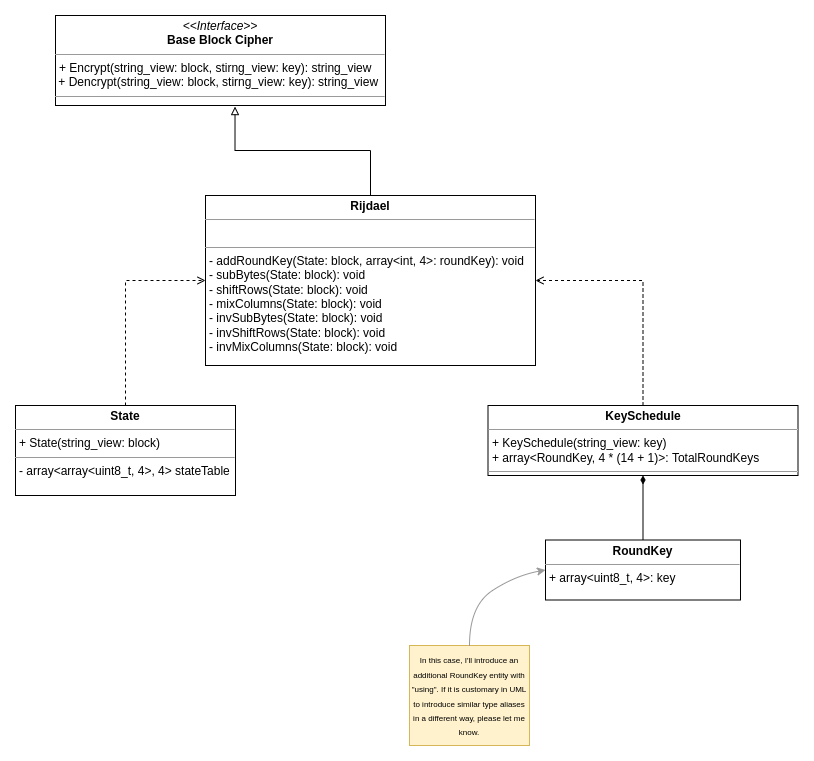
The draw.io diagram arch/AES_UML.png in dunaitseva/AES, before a commit. Source tidied: cells renumbered, new cells last; positions are measured from the earlier drawing's top-left corner, leaving out a move shared by most shapes. The source it was exported from:
```xml
<mxGraphModel>
  <root>
    <mxCell id="0" />
    <mxCell id="1" parent="0" />
    <mxCell id="2" value="&lt;p style=&quot;margin: 0px ; margin-top: 4px ; text-align: center&quot;&gt;&lt;i&gt;&amp;lt;&amp;lt;Interface&amp;gt;&amp;gt;&lt;/i&gt;&lt;br&gt;&lt;b&gt;Base Block Cipher&lt;/b&gt;&lt;/p&gt;&lt;hr size=&quot;1&quot;&gt;&lt;p style=&quot;margin: 0px ; margin-left: 4px&quot;&gt;+ Encrypt(string_view: block, stirng_view: key): string_view&lt;br&gt;&lt;/p&gt;&amp;nbsp;+ Dencrypt(string_view: block, stirng_view: key): string_view&lt;hr size=&quot;1&quot;&gt;&lt;p style=&quot;margin: 0px ; margin-left: 4px&quot;&gt;&lt;br&gt;&lt;/p&gt;" style="verticalAlign=top;align=left;overflow=fill;fontSize=12;fontFamily=Helvetica;html=1;" parent="1" vertex="1">
      <mxGeometry x="40" width="330" height="90" as="geometry" />
    </mxCell>
    <mxCell id="3" style="edgeStyle=orthogonalEdgeStyle;rounded=0;jettySize=auto;html=1;exitX=0.5;exitY=0;exitDx=0;exitDy=0;entryX=0.544;entryY=1.012;entryDx=0;entryDy=0;entryPerimeter=0;endArrow=block;endFill=0;" parent="1" edge="1" source="4" target="2">
      <mxGeometry relative="1" as="geometry" />
    </mxCell>
    <mxCell id="4" value="&lt;p style=&quot;margin: 0px ; margin-top: 4px ; text-align: center&quot;&gt;&lt;b&gt;Rijdael&lt;/b&gt;&lt;/p&gt;&lt;hr size=&quot;1&quot;&gt;&lt;p style=&quot;margin: 0px ; margin-left: 4px&quot;&gt;&lt;br&gt;&lt;/p&gt;&lt;hr size=&quot;1&quot;&gt;&lt;p style=&quot;margin: 0px ; margin-left: 4px&quot;&gt;- addRoundKey(State: block, array&amp;lt;int, 4&amp;gt;: roundKey): void&lt;/p&gt;&lt;p style=&quot;margin: 0px ; margin-left: 4px&quot;&gt;- subBytes(State: block): void&lt;/p&gt;&lt;p style=&quot;margin: 0px ; margin-left: 4px&quot;&gt;- shiftRows(State: block): void&lt;/p&gt;&lt;p style=&quot;margin: 0px ; margin-left: 4px&quot;&gt;- mixColumns(State: block): void&lt;/p&gt;&lt;p style=&quot;margin: 0px 0px 0px 4px&quot;&gt;- invSubBytes(State: block): void&lt;/p&gt;&lt;p style=&quot;margin: 0px 0px 0px 4px&quot;&gt;- invShiftRows(State: block): void&lt;/p&gt;&lt;p style=&quot;margin: 0px 0px 0px 4px&quot;&gt;- invMixColumns(State: block): void&lt;/p&gt;" style="verticalAlign=top;align=left;overflow=fill;fontSize=12;fontFamily=Helvetica;html=1;" parent="1" vertex="1">
      <mxGeometry x="190" y="180" width="330" height="170" as="geometry" />
    </mxCell>
    <mxCell id="5" style="edgeStyle=orthogonalEdgeStyle;rounded=0;jettySize=auto;html=1;entryX=0;entryY=0.5;entryDx=0;entryDy=0;endArrow=open;endFill=0;dashed=1;" parent="1" edge="1" source="6" target="4">
      <mxGeometry relative="1" as="geometry" />
    </mxCell>
    <mxCell id="6" value="&lt;p style=&quot;margin: 0px ; margin-top: 4px ; text-align: center&quot;&gt;&lt;b&gt;State&lt;/b&gt;&lt;/p&gt;&lt;hr size=&quot;1&quot;&gt;&lt;p style=&quot;margin: 0px ; margin-left: 4px&quot;&gt;+ State(string_view: block)&lt;/p&gt;&lt;hr size=&quot;1&quot;&gt;&lt;p style=&quot;margin: 0px ; margin-left: 4px&quot;&gt;- array&amp;lt;array&amp;lt;uint8_t, 4&amp;gt;, 4&amp;gt; stateTable&lt;/p&gt;" style="verticalAlign=top;align=left;overflow=fill;fontSize=12;fontFamily=Helvetica;html=1;" parent="1" vertex="1">
      <mxGeometry y="390" width="220" height="90" as="geometry" />
    </mxCell>
    <mxCell id="7" style="edgeStyle=orthogonalEdgeStyle;rounded=0;jettySize=auto;html=1;exitX=0.5;exitY=0;exitDx=0;exitDy=0;entryX=1;entryY=0.5;entryDx=0;entryDy=0;dashed=1;endArrow=open;endFill=0;" parent="1" edge="1" source="8" target="4">
      <mxGeometry relative="1" as="geometry" />
    </mxCell>
    <mxCell id="8" value="&lt;p style=&quot;margin: 0px ; margin-top: 4px ; text-align: center&quot;&gt;&lt;b&gt;KeySchedule&lt;/b&gt;&lt;/p&gt;&lt;hr size=&quot;1&quot;&gt;&lt;p style=&quot;margin: 0px ; margin-left: 4px&quot;&gt;&lt;span&gt;+ KeySchedule(string_view: key)&lt;/span&gt;&lt;br&gt;&lt;/p&gt;&lt;p style=&quot;margin: 0px ; margin-left: 4px&quot;&gt;+ array&amp;lt;RoundKey, 4 * (14 + 1)&amp;gt;: TotalRoundKeys&lt;span&gt;&lt;br&gt;&lt;/span&gt;&lt;/p&gt;&lt;hr size=&quot;1&quot;&gt;&lt;p style=&quot;margin: 0px ; margin-left: 4px&quot;&gt;&lt;br&gt;&lt;/p&gt;" style="verticalAlign=top;align=left;overflow=fill;fontSize=12;fontFamily=Helvetica;html=1;" parent="1" vertex="1">
      <mxGeometry x="472.5" y="390" width="310" height="70" as="geometry" />
    </mxCell>
    <mxCell id="9" style="edgeStyle=orthogonalEdgeStyle;rounded=0;jettySize=auto;html=1;exitX=0.5;exitY=0;exitDx=0;exitDy=0;endArrow=diamondThin;endFill=1;" parent="1" edge="1" source="10" target="8">
      <mxGeometry relative="1" as="geometry" />
    </mxCell>
    <mxCell id="10" value="&lt;p style=&quot;margin: 0px ; margin-top: 4px ; text-align: center&quot;&gt;&lt;b&gt;RoundKey&lt;/b&gt;&lt;/p&gt;&lt;hr size=&quot;1&quot;&gt;&lt;p style=&quot;margin: 0px ; margin-left: 4px&quot;&gt;+&amp;nbsp;&lt;span&gt;array&amp;lt;uint8_t, 4&amp;gt;: key&lt;/span&gt;&lt;/p&gt;" style="verticalAlign=top;align=left;overflow=fill;fontSize=12;fontFamily=Helvetica;html=1;" parent="1" vertex="1">
      <mxGeometry x="530" y="524.5" width="195" height="60" as="geometry" />
    </mxCell>
    <mxCell id="11" value="&lt;font style=&quot;font-size: 8px&quot;&gt;In this case, I'll introduce an additional RoundKey entity with &quot;using&quot;. If it is customary in UML to introduce similar type aliases in a different way, please let me know.&lt;/font&gt;" style="rounded=0;whiteSpace=wrap;html=1;fillColor=#fff2cc;strokeColor=#d6b656;" parent="1" vertex="1">
      <mxGeometry x="394" y="630" width="120" height="100" as="geometry" />
    </mxCell>
    <mxCell id="12" style="curved=1;endArrow=classic;html=1;rounded=0;fontSize=8;exitX=0.5;exitY=0;exitDx=0;exitDy=0;fillColor=#f5f5f5;strokeColor=#999999;entryX=0;entryY=0.5;entryDx=0;entryDy=0;" parent="1" edge="1" source="11" target="10">
      <mxGeometry relative="1" as="geometry">
        <Array as="points">
          <mxPoint x="454" y="590" />
          <mxPoint x="500" y="560" />
        </Array>
      </mxGeometry>
    </mxCell>
  </root>
</mxGraphModel>
```
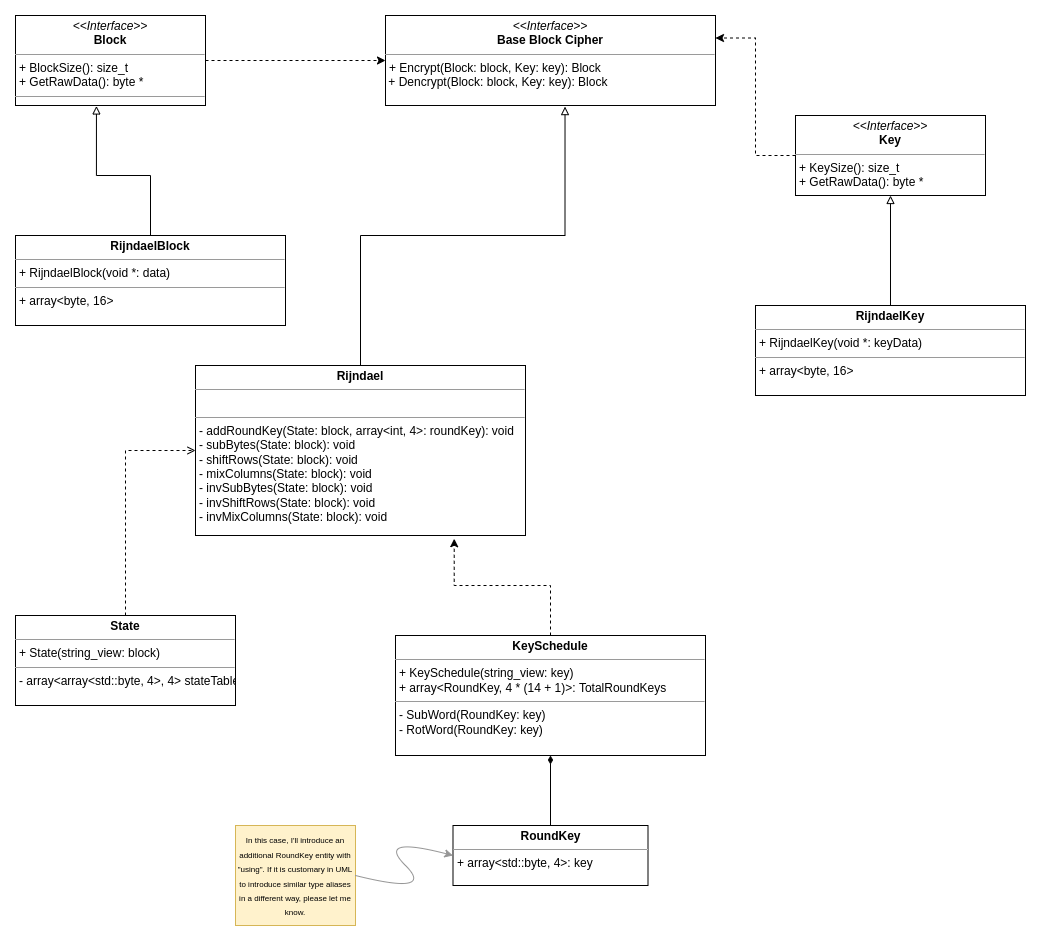
After the change.

Commit message:
Changed gitignore and updated architecture UML

Change to the diagram source:
```diff
@@ -2,43 +2,72 @@
   <root>
     <mxCell id="0" />
     <mxCell id="1" parent="0" />
-    <mxCell id="2" value="&lt;p style=&quot;margin: 0px ; margin-top: 4px ; text-align: center&quot;&gt;&lt;i&gt;&amp;lt;&amp;lt;Interface&amp;gt;&amp;gt;&lt;/i&gt;&lt;br&gt;&lt;b&gt;Base Block Cipher&lt;/b&gt;&lt;/p&gt;&lt;hr size=&quot;1&quot;&gt;&lt;p style=&quot;margin: 0px ; margin-left: 4px&quot;&gt;+ Encrypt(string_view: block, stirng_view: key): string_view&lt;br&gt;&lt;/p&gt;&amp;nbsp;+ Dencrypt(string_view: block, stirng_view: key): string_view&lt;hr size=&quot;1&quot;&gt;&lt;p style=&quot;margin: 0px ; margin-left: 4px&quot;&gt;&lt;br&gt;&lt;/p&gt;" style="verticalAlign=top;align=left;overflow=fill;fontSize=12;fontFamily=Helvetica;html=1;" parent="1" vertex="1">
-      <mxGeometry x="40" width="330" height="90" as="geometry" />
+    <mxCell id="2" value="&lt;p style=&quot;margin: 0px ; margin-top: 4px ; text-align: center&quot;&gt;&lt;i&gt;&amp;lt;&amp;lt;Interface&amp;gt;&amp;gt;&lt;/i&gt;&lt;br&gt;&lt;b&gt;Base Block Cipher&lt;/b&gt;&lt;/p&gt;&lt;hr size=&quot;1&quot;&gt;&lt;p style=&quot;margin: 0px ; margin-left: 4px&quot;&gt;+ Encrypt(Block: block, Key: key): Block&lt;br&gt;&lt;/p&gt;&amp;nbsp;+ Dencrypt(Block: block, Key: key): Block&lt;p style=&quot;margin: 0px ; margin-left: 4px&quot;&gt;&lt;br&gt;&lt;/p&gt;" style="verticalAlign=top;align=left;overflow=fill;fontSize=12;fontFamily=Helvetica;html=1;" parent="1" vertex="1">
+      <mxGeometry x="390" y="10" width="330" height="90" as="geometry" />
     </mxCell>
     <mxCell id="3" style="edgeStyle=orthogonalEdgeStyle;rounded=0;jettySize=auto;html=1;exitX=0.5;exitY=0;exitDx=0;exitDy=0;entryX=0.544;entryY=1.012;entryDx=0;entryDy=0;entryPerimeter=0;endArrow=block;endFill=0;" parent="1" edge="1" source="4" target="2">
       <mxGeometry relative="1" as="geometry" />
     </mxCell>
-    <mxCell id="4" value="&lt;p style=&quot;margin: 0px ; margin-top: 4px ; text-align: center&quot;&gt;&lt;b&gt;Rijdael&lt;/b&gt;&lt;/p&gt;&lt;hr size=&quot;1&quot;&gt;&lt;p style=&quot;margin: 0px ; margin-left: 4px&quot;&gt;&lt;br&gt;&lt;/p&gt;&lt;hr size=&quot;1&quot;&gt;&lt;p style=&quot;margin: 0px ; margin-left: 4px&quot;&gt;- addRoundKey(State: block, array&amp;lt;int, 4&amp;gt;: roundKey): void&lt;/p&gt;&lt;p style=&quot;margin: 0px ; margin-left: 4px&quot;&gt;- subBytes(State: block): void&lt;/p&gt;&lt;p style=&quot;margin: 0px ; margin-left: 4px&quot;&gt;- shiftRows(State: block): void&lt;/p&gt;&lt;p style=&quot;margin: 0px ; margin-left: 4px&quot;&gt;- mixColumns(State: block): void&lt;/p&gt;&lt;p style=&quot;margin: 0px 0px 0px 4px&quot;&gt;- invSubBytes(State: block): void&lt;/p&gt;&lt;p style=&quot;margin: 0px 0px 0px 4px&quot;&gt;- invShiftRows(State: block): void&lt;/p&gt;&lt;p style=&quot;margin: 0px 0px 0px 4px&quot;&gt;- invMixColumns(State: block): void&lt;/p&gt;" style="verticalAlign=top;align=left;overflow=fill;fontSize=12;fontFamily=Helvetica;html=1;" parent="1" vertex="1">
-      <mxGeometry x="190" y="180" width="330" height="170" as="geometry" />
+    <mxCell id="4" value="&lt;p style=&quot;margin: 0px ; margin-top: 4px ; text-align: center&quot;&gt;&lt;b&gt;Rijndael&lt;/b&gt;&lt;/p&gt;&lt;hr size=&quot;1&quot;&gt;&lt;p style=&quot;margin: 0px ; margin-left: 4px&quot;&gt;&lt;br&gt;&lt;/p&gt;&lt;hr size=&quot;1&quot;&gt;&lt;p style=&quot;margin: 0px ; margin-left: 4px&quot;&gt;- addRoundKey(State: block, array&amp;lt;int, 4&amp;gt;: roundKey): void&lt;/p&gt;&lt;p style=&quot;margin: 0px ; margin-left: 4px&quot;&gt;- subBytes(State: block): void&lt;/p&gt;&lt;p style=&quot;margin: 0px ; margin-left: 4px&quot;&gt;- shiftRows(State: block): void&lt;/p&gt;&lt;p style=&quot;margin: 0px ; margin-left: 4px&quot;&gt;- mixColumns(State: block): void&lt;/p&gt;&lt;p style=&quot;margin: 0px 0px 0px 4px&quot;&gt;- invSubBytes(State: block): void&lt;/p&gt;&lt;p style=&quot;margin: 0px 0px 0px 4px&quot;&gt;- invShiftRows(State: block): void&lt;/p&gt;&lt;p style=&quot;margin: 0px 0px 0px 4px&quot;&gt;- invMixColumns(State: block): void&lt;/p&gt;" style="verticalAlign=top;align=left;overflow=fill;fontSize=12;fontFamily=Helvetica;html=1;" parent="1" vertex="1">
+      <mxGeometry x="200" y="360" width="330" height="170" as="geometry" />
     </mxCell>
     <mxCell id="5" style="edgeStyle=orthogonalEdgeStyle;rounded=0;jettySize=auto;html=1;entryX=0;entryY=0.5;entryDx=0;entryDy=0;endArrow=open;endFill=0;dashed=1;" parent="1" edge="1" source="6" target="4">
       <mxGeometry relative="1" as="geometry" />
     </mxCell>
-    <mxCell id="6" value="&lt;p style=&quot;margin: 0px ; margin-top: 4px ; text-align: center&quot;&gt;&lt;b&gt;State&lt;/b&gt;&lt;/p&gt;&lt;hr size=&quot;1&quot;&gt;&lt;p style=&quot;margin: 0px ; margin-left: 4px&quot;&gt;+ State(string_view: block)&lt;/p&gt;&lt;hr size=&quot;1&quot;&gt;&lt;p style=&quot;margin: 0px ; margin-left: 4px&quot;&gt;- array&amp;lt;array&amp;lt;uint8_t, 4&amp;gt;, 4&amp;gt; stateTable&lt;/p&gt;" style="verticalAlign=top;align=left;overflow=fill;fontSize=12;fontFamily=Helvetica;html=1;" parent="1" vertex="1">
-      <mxGeometry y="390" width="220" height="90" as="geometry" />
+    <mxCell id="6" value="&lt;p style=&quot;margin: 0px ; margin-top: 4px ; text-align: center&quot;&gt;&lt;b&gt;State&lt;/b&gt;&lt;/p&gt;&lt;hr size=&quot;1&quot;&gt;&lt;p style=&quot;margin: 0px ; margin-left: 4px&quot;&gt;+ State(string_view: block)&lt;/p&gt;&lt;hr size=&quot;1&quot;&gt;&lt;p style=&quot;margin: 0px ; margin-left: 4px&quot;&gt;- array&amp;lt;array&amp;lt;std::byte, 4&amp;gt;, 4&amp;gt; stateTable&lt;/p&gt;" style="verticalAlign=top;align=left;overflow=fill;fontSize=12;fontFamily=Helvetica;html=1;" parent="1" vertex="1">
+      <mxGeometry x="20" y="610" width="220" height="90" as="geometry" />
     </mxCell>
-    <mxCell id="7" style="edgeStyle=orthogonalEdgeStyle;rounded=0;jettySize=auto;html=1;exitX=0.5;exitY=0;exitDx=0;exitDy=0;entryX=1;entryY=0.5;entryDx=0;entryDy=0;dashed=1;endArrow=open;endFill=0;" parent="1" edge="1" source="8" target="4">
+    <mxCell id="7" style="edgeStyle=orthogonalEdgeStyle;rounded=0;jettySize=auto;html=1;entryX=0.784;entryY=1.019;entryDx=0;entryDy=0;entryPerimeter=0;endArrow=classic;endFill=1;strokeColor=#000000;dashed=1;" parent="1" edge="1" source="8" target="4">
       <mxGeometry relative="1" as="geometry" />
     </mxCell>
-    <mxCell id="8" value="&lt;p style=&quot;margin: 0px ; margin-top: 4px ; text-align: center&quot;&gt;&lt;b&gt;KeySchedule&lt;/b&gt;&lt;/p&gt;&lt;hr size=&quot;1&quot;&gt;&lt;p style=&quot;margin: 0px ; margin-left: 4px&quot;&gt;&lt;span&gt;+ KeySchedule(string_view: key)&lt;/span&gt;&lt;br&gt;&lt;/p&gt;&lt;p style=&quot;margin: 0px ; margin-left: 4px&quot;&gt;+ array&amp;lt;RoundKey, 4 * (14 + 1)&amp;gt;: TotalRoundKeys&lt;span&gt;&lt;br&gt;&lt;/span&gt;&lt;/p&gt;&lt;hr size=&quot;1&quot;&gt;&lt;p style=&quot;margin: 0px ; margin-left: 4px&quot;&gt;&lt;br&gt;&lt;/p&gt;" style="verticalAlign=top;align=left;overflow=fill;fontSize=12;fontFamily=Helvetica;html=1;" parent="1" vertex="1">
-      <mxGeometry x="472.5" y="390" width="310" height="70" as="geometry" />
+    <mxCell id="8" value="&lt;p style=&quot;margin: 0px ; margin-top: 4px ; text-align: center&quot;&gt;&lt;b&gt;KeySchedule&lt;/b&gt;&lt;/p&gt;&lt;hr size=&quot;1&quot;&gt;&lt;p style=&quot;margin: 0px ; margin-left: 4px&quot;&gt;&lt;span&gt;+ KeySchedule(string_view: key)&lt;/span&gt;&lt;br&gt;&lt;/p&gt;&lt;p style=&quot;margin: 0px ; margin-left: 4px&quot;&gt;+ array&amp;lt;RoundKey, 4 * (14 + 1)&amp;gt;: TotalRoundKeys&lt;span&gt;&lt;br&gt;&lt;/span&gt;&lt;/p&gt;&lt;hr size=&quot;1&quot;&gt;&lt;p style=&quot;margin: 0px ; margin-left: 4px&quot;&gt;- SubWord(RoundKey: key)&lt;/p&gt;&lt;p style=&quot;margin: 0px ; margin-left: 4px&quot;&gt;- RotWord(RoundKey: key)&lt;/p&gt;" style="verticalAlign=top;align=left;overflow=fill;fontSize=12;fontFamily=Helvetica;html=1;" parent="1" vertex="1">
+      <mxGeometry x="400" y="630" width="310" height="120" as="geometry" />
     </mxCell>
     <mxCell id="9" style="edgeStyle=orthogonalEdgeStyle;rounded=0;jettySize=auto;html=1;exitX=0.5;exitY=0;exitDx=0;exitDy=0;endArrow=diamondThin;endFill=1;" parent="1" edge="1" source="10" target="8">
       <mxGeometry relative="1" as="geometry" />
     </mxCell>
-    <mxCell id="10" value="&lt;p style=&quot;margin: 0px ; margin-top: 4px ; text-align: center&quot;&gt;&lt;b&gt;RoundKey&lt;/b&gt;&lt;/p&gt;&lt;hr size=&quot;1&quot;&gt;&lt;p style=&quot;margin: 0px ; margin-left: 4px&quot;&gt;+&amp;nbsp;&lt;span&gt;array&amp;lt;uint8_t, 4&amp;gt;: key&lt;/span&gt;&lt;/p&gt;" style="verticalAlign=top;align=left;overflow=fill;fontSize=12;fontFamily=Helvetica;html=1;" parent="1" vertex="1">
-      <mxGeometry x="530" y="524.5" width="195" height="60" as="geometry" />
+    <mxCell id="10" value="&lt;p style=&quot;margin: 0px ; margin-top: 4px ; text-align: center&quot;&gt;&lt;b&gt;RoundKey&lt;/b&gt;&lt;/p&gt;&lt;hr size=&quot;1&quot;&gt;&lt;p style=&quot;margin: 0px ; margin-left: 4px&quot;&gt;+&amp;nbsp;&lt;span&gt;array&amp;lt;&lt;/span&gt;std::byte&lt;span&gt;, 4&amp;gt;: key&lt;/span&gt;&lt;/p&gt;" style="verticalAlign=top;align=left;overflow=fill;fontSize=12;fontFamily=Helvetica;html=1;" parent="1" vertex="1">
+      <mxGeometry x="457.5" y="820" width="195" height="60" as="geometry" />
     </mxCell>
     <mxCell id="11" value="&lt;font style=&quot;font-size: 8px&quot;&gt;In this case, I'll introduce an additional RoundKey entity with &quot;using&quot;. If it is customary in UML to introduce similar type aliases in a different way, please let me know.&lt;/font&gt;" style="rounded=0;whiteSpace=wrap;html=1;fillColor=#fff2cc;strokeColor=#d6b656;" parent="1" vertex="1">
-      <mxGeometry x="394" y="630" width="120" height="100" as="geometry" />
+      <mxGeometry x="240" y="820" width="120" height="100" as="geometry" />
     </mxCell>
+    <mxCell id="13" style="edgeStyle=orthogonalEdgeStyle;rounded=0;jettySize=auto;html=1;entryX=0;entryY=0.5;entryDx=0;entryDy=0;dashed=1;endArrow=classic;endFill=1;strokeColor=#000000;" parent="1" edge="1" source="14" target="2">
+      <mxGeometry relative="1" as="geometry" />
+    </mxCell>
+    <mxCell id="14" value="&lt;p style=&quot;margin: 0px ; margin-top: 4px ; text-align: center&quot;&gt;&lt;i&gt;&amp;lt;&amp;lt;Interface&amp;gt;&amp;gt;&lt;/i&gt;&lt;br&gt;&lt;b&gt;Block&lt;/b&gt;&lt;/p&gt;&lt;hr size=&quot;1&quot;&gt;&lt;p style=&quot;margin: 0px ; margin-left: 4px&quot;&gt;+ BlockSize(): size_t&lt;/p&gt;&lt;p style=&quot;margin: 0px ; margin-left: 4px&quot;&gt;+ GetRawData(): byte *&lt;/p&gt;&lt;hr size=&quot;1&quot;&gt;&lt;p style=&quot;margin: 0px ; margin-left: 4px&quot;&gt;&lt;br&gt;&lt;/p&gt;" style="verticalAlign=top;align=left;overflow=fill;fontSize=12;fontFamily=Helvetica;html=1;" parent="1" vertex="1">
+      <mxGeometry x="20" y="10" width="190" height="90" as="geometry" />
+    </mxCell>
-    <mxCell id="12" style="curved=1;endArrow=classic;html=1;rounded=0;fontSize=8;exitX=0.5;exitY=0;exitDx=0;exitDy=0;fillColor=#f5f5f5;strokeColor=#999999;entryX=0;entryY=0.5;entryDx=0;entryDy=0;" parent="1" edge="1" source="11" target="10">
+    <mxCell id="12" style="curved=1;endArrow=classic;html=1;rounded=0;entryX=0;entryY=0.5;entryDx=0;entryDy=0;exitX=1;exitY=0.5;exitDx=0;exitDy=0;strokeColor=#969696;" parent="1" edge="1" source="11" target="10">
       <mxGeometry relative="1" as="geometry">
         <Array as="points">
-          <mxPoint x="454" y="590" />
-          <mxPoint x="500" y="560" />
+          <mxPoint x="440" y="890" />
+          <mxPoint x="380" y="830" />
         </Array>
       </mxGeometry>
     </mxCell>
+    <mxCell id="15" style="edgeStyle=orthogonalEdgeStyle;rounded=0;jettySize=auto;html=1;entryX=0.426;entryY=1.005;entryDx=0;entryDy=0;entryPerimeter=0;strokeColor=#000000;endArrow=block;endFill=0;" parent="1" edge="1" source="16" target="14">
+      <mxGeometry relative="1" as="geometry">
+        <Array as="points">
+          <mxPoint x="155" y="170" />
+          <mxPoint x="101" y="170" />
+        </Array>
+      </mxGeometry>
+    </mxCell>
+    <mxCell id="16" value="&lt;p style=&quot;margin: 0px ; margin-top: 4px ; text-align: center&quot;&gt;&lt;b&gt;RijndaelBlock&lt;/b&gt;&lt;/p&gt;&lt;hr size=&quot;1&quot;&gt;&lt;p style=&quot;margin: 0px ; margin-left: 4px&quot;&gt;+ RijndaelBlock(void *: data)&lt;/p&gt;&lt;hr size=&quot;1&quot;&gt;&lt;p style=&quot;margin: 0px ; margin-left: 4px&quot;&gt;+ array&amp;lt;byte, 16&amp;gt;&lt;/p&gt;" style="verticalAlign=top;align=left;overflow=fill;fontSize=12;fontFamily=Helvetica;html=1;" parent="1" vertex="1">
+      <mxGeometry x="20" y="230" width="270" height="90" as="geometry" />
+    </mxCell>
+    <mxCell id="17" style="edgeStyle=orthogonalEdgeStyle;rounded=0;jettySize=auto;html=1;entryX=1;entryY=0.25;entryDx=0;entryDy=0;dashed=1;endArrow=classic;endFill=1;strokeColor=#000000;" parent="1" edge="1" source="18" target="2">
+      <mxGeometry relative="1" as="geometry" />
+    </mxCell>
+    <mxCell id="18" value="&lt;p style=&quot;margin: 0px ; margin-top: 4px ; text-align: center&quot;&gt;&lt;i&gt;&amp;lt;&amp;lt;Interface&amp;gt;&amp;gt;&lt;/i&gt;&lt;br&gt;&lt;b&gt;Key&lt;/b&gt;&lt;/p&gt;&lt;hr size=&quot;1&quot;&gt;&lt;p style=&quot;margin: 0px ; margin-left: 4px&quot;&gt;+ KeySize(): size_t&lt;br&gt;+ GetRawData(): byte *&lt;/p&gt;" style="verticalAlign=top;align=left;overflow=fill;fontSize=12;fontFamily=Helvetica;html=1;" parent="1" vertex="1">
+      <mxGeometry x="800" y="110" width="190" height="80" as="geometry" />
+    </mxCell>
+    <mxCell id="19" style="edgeStyle=orthogonalEdgeStyle;rounded=0;jettySize=auto;html=1;entryX=0.5;entryY=1;entryDx=0;entryDy=0;endArrow=block;endFill=0;strokeColor=#000000;" parent="1" edge="1" source="20" target="18">
+      <mxGeometry relative="1" as="geometry" />
+    </mxCell>
+    <mxCell id="20" value="&lt;p style=&quot;margin: 0px ; margin-top: 4px ; text-align: center&quot;&gt;&lt;b&gt;RijndaelKey&lt;/b&gt;&lt;/p&gt;&lt;hr size=&quot;1&quot;&gt;&lt;p style=&quot;margin: 0px ; margin-left: 4px&quot;&gt;+ RijndaelKey(void *: keyData)&lt;/p&gt;&lt;hr size=&quot;1&quot;&gt;&lt;p style=&quot;margin: 0px ; margin-left: 4px&quot;&gt;+ array&amp;lt;byte, 16&amp;gt;&lt;/p&gt;" style="verticalAlign=top;align=left;overflow=fill;fontSize=12;fontFamily=Helvetica;html=1;" parent="1" vertex="1">
+      <mxGeometry x="760" y="300" width="270" height="90" as="geometry" />
+    </mxCell>
   </root>
 </mxGraphModel>
```
